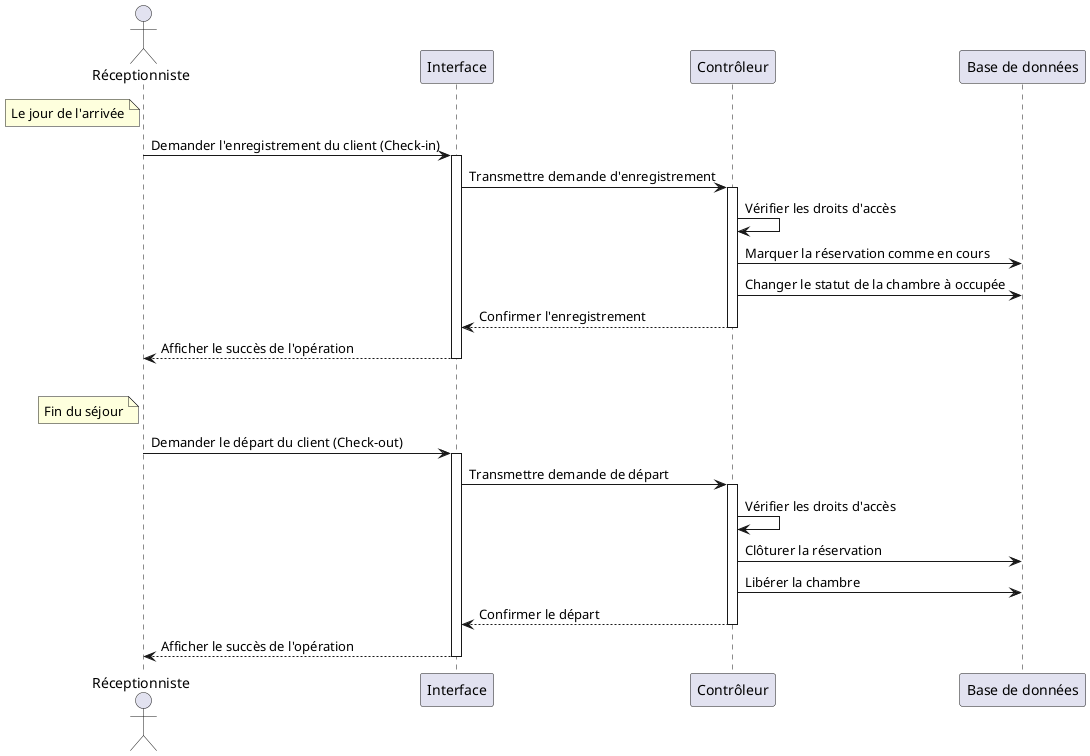
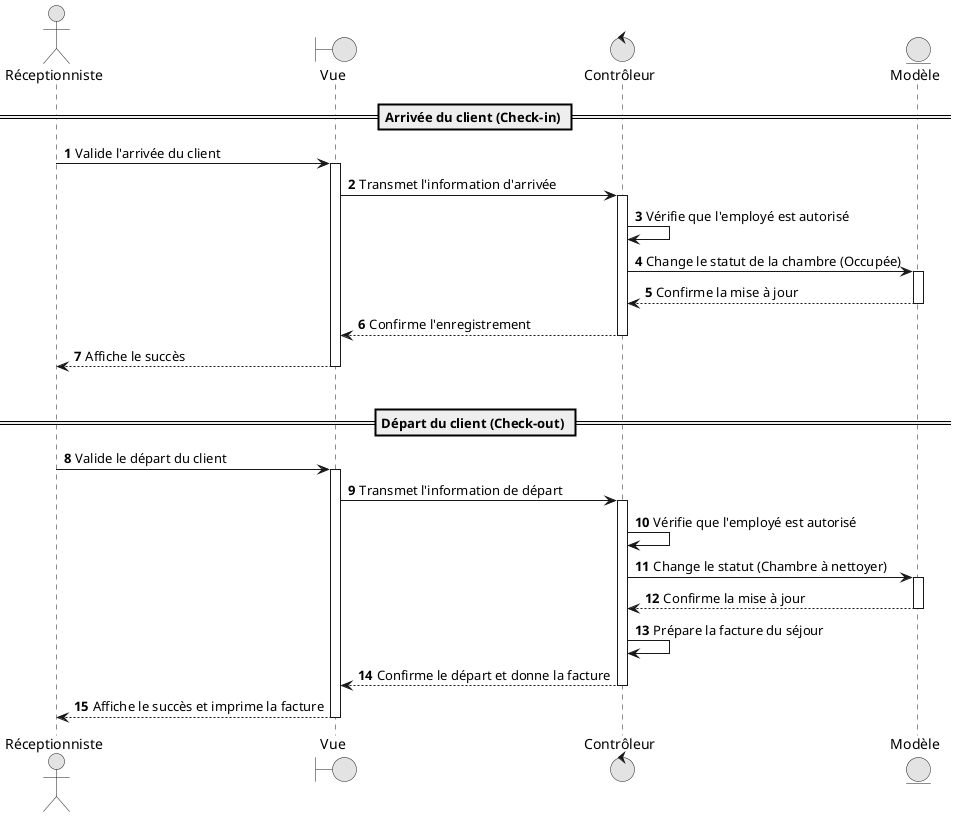
@startuml
+ skinparam monochrome true
skinparam shadowing false
+ autonumber

actor "Réceptionniste" as recep
- participant "Interface" as vue
- participant "Contrôleur" as api
- participant "Base de données" as db
+ boundary "Vue" as vue
+ control "Contrôleur" as ctrl
+ entity "Modèle" as model

- note left of recep
-   Le jour de l'arrivée
- end note
- recep -> vue : Demander l'enregistrement du client (Check-in)
+ == Arrivée du client (Check-in) ==
+ recep -> vue : Valide l'arrivée du client
activate vue
- vue -> api : Transmettre demande d'enregistrement
- activate api
- api -> api : Vérifier les droits d'accès
- api -> db : Marquer la réservation comme en cours
- api -> db : Changer le statut de la chambre à occupée
- api --> vue : Confirmer l'enregistrement
- deactivate api
- vue --> recep : Afficher le succès de l'opération
+ vue -> ctrl : Transmet l'information d'arrivée
+ activate ctrl
+ ctrl -> ctrl : Vérifie que l'employé est autorisé
+ ctrl -> model : Change le statut de la chambre (Occupée)
+ activate model
+ model --> ctrl : Confirme la mise à jour
+ deactivate model
+ ctrl --> vue : Confirme l'enregistrement
+ deactivate ctrl
+ vue --> recep : Affiche le succès
deactivate vue

|||
- note left of recep
-   Fin du séjour
- end note
- recep -> vue : Demander le départ du client (Check-out)
+ == Départ du client (Check-out) ==
+ recep -> vue : Valide le départ du client
activate vue
- vue -> api : Transmettre demande de départ
- activate api
- api -> api : Vérifier les droits d'accès
- api -> db : Clôturer la réservation
- api -> db : Libérer la chambre
- api --> vue : Confirmer le départ
- deactivate api
- vue --> recep : Afficher le succès de l'opération
+ vue -> ctrl : Transmet l'information de départ
+ activate ctrl
+ ctrl -> ctrl : Vérifie que l'employé est autorisé
+ ctrl -> model : Change le statut (Chambre à nettoyer)
+ activate model
+ model --> ctrl : Confirme la mise à jour
+ deactivate model
+ ctrl -> ctrl : Prépare la facture du séjour
+ ctrl --> vue : Confirme le départ et donne la facture
+ deactivate ctrl
+ vue --> recep : Affiche le succès et imprime la facture
deactivate vue
@enduml